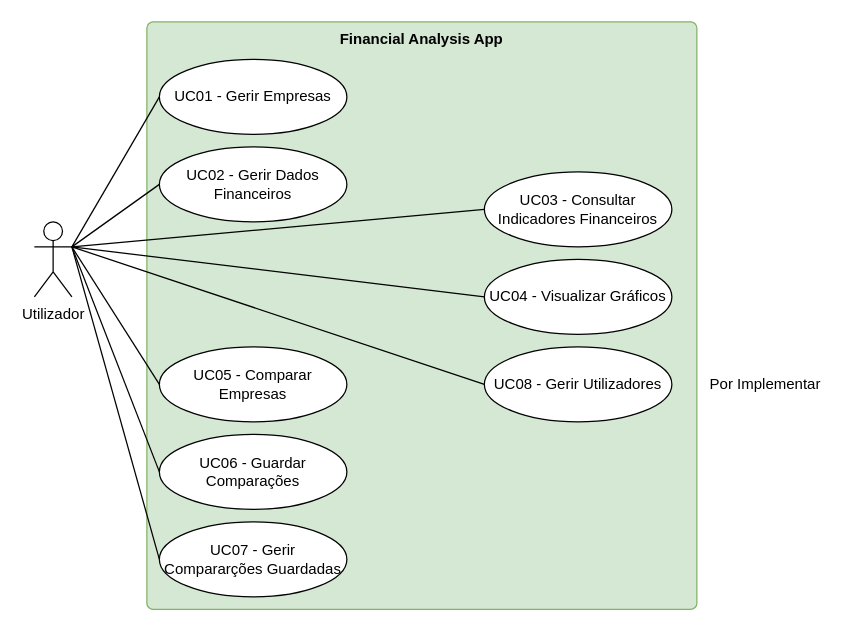
The draw.io diagram page "diagrama_casos_utilizacao" (1 of 2) of docs/diagrams/diagrama_casos_utilizacao.drawio in lidiapcarvalho/financial-analysis-app, before the edit. Source tidied: cells renumbered, new cells numbered last; positions are measured from the earlier drawing's top-left corner, leaving out a move shared by most shapes. Both pictures are drawn from the tidied source at 125%, with x=0, y=0 at pixel (34, 21).
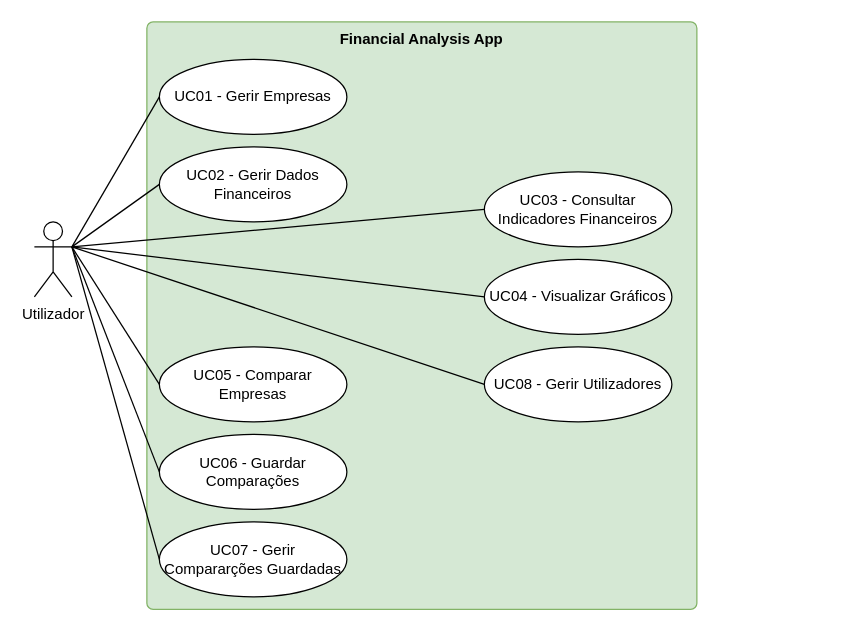
Above is the later version.

Commit message (it also covers changes not shown here):
[27/11/2026] Adiciona relatório final e atualiza diagramas (#29)

What changed in the source:
```diff
@@
-    <mxCell id="20" value="Por Implementar" style="text;html=1;whiteSpace=wrap;strokeColor=none;fillColor=none;align=center;verticalAlign=middle;rounded=0;" parent="1" vertex="1">
-      <mxGeometry x="530" y="275" width="110" height="30" as="geometry" />
-    </mxCell>
```
